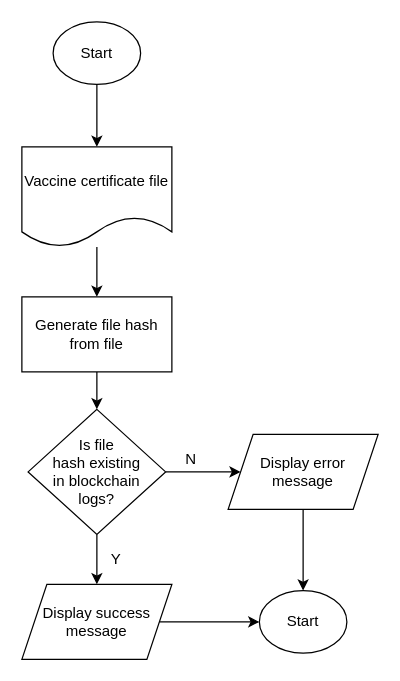
Above: jeng/Capstone 2 Docs/diagrams/Technical/flowcharts/validate file from blockchain.drawio in jengfad/capstone (draw.io), before the change. Source tidied: cells renumbered, new cells numbered last; positions are measured from the earlier drawing's top-left corner, leaving out a move shared by most shapes. Both pictures are drawn from the tidied source at 125%, with x=0, y=0 at pixel (21, 21).
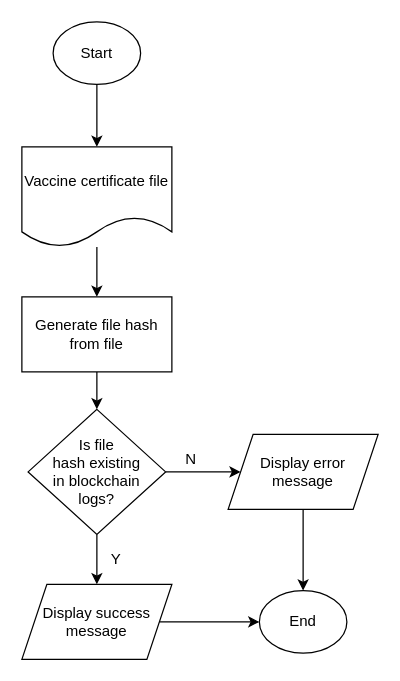
Above is the later version.

Change to the diagram source:
```diff
@@
 <mxGraphModel>
   <root>
     <mxCell id="0" />
     <mxCell id="1" parent="0" />
     <mxCell id="2" style="edgeStyle=orthogonalEdgeStyle;rounded=0;jettySize=auto;html=1;" parent="1" edge="1" source="3" target="5">
       <mxGeometry relative="1" as="geometry" />
     </mxCell>
     <mxCell id="3" value="Start" style="ellipse;whiteSpace=wrap;html=1;" parent="1" vertex="1">
       <mxGeometry x="25" width="70" height="50" as="geometry" />
     </mxCell>
     <mxCell id="4" style="edgeStyle=orthogonalEdgeStyle;rounded=0;jettySize=auto;html=1;" parent="1" edge="1" source="5" target="7">
       <mxGeometry relative="1" as="geometry" />
     </mxCell>
     <mxCell id="5" value="Vaccine certificate file" style="shape=document;whiteSpace=wrap;html=1;boundedLbl=1;" parent="1" vertex="1">
       <mxGeometry y="100" width="120" height="80" as="geometry" />
     </mxCell>
     <mxCell id="6" style="edgeStyle=orthogonalEdgeStyle;rounded=0;jettySize=auto;html=1;" parent="1" edge="1" source="7" target="10">
       <mxGeometry relative="1" as="geometry" />
     </mxCell>
     <mxCell id="7" value="Generate file hash from file" style="rounded=0;whiteSpace=wrap;html=1;" parent="1" vertex="1">
       <mxGeometry y="220" width="120" height="60" as="geometry" />
     </mxCell>
     <mxCell id="8" style="edgeStyle=orthogonalEdgeStyle;rounded=0;jettySize=auto;html=1;" parent="1" edge="1" source="10" target="12">
       <mxGeometry relative="1" as="geometry" />
     </mxCell>
     <mxCell id="9" style="edgeStyle=orthogonalEdgeStyle;rounded=0;jettySize=auto;html=1;" parent="1" edge="1" source="10" target="14">
       <mxGeometry relative="1" as="geometry" />
     </mxCell>
     <mxCell id="10" value="Is file &lt;br&gt;hash existing &lt;br&gt;in blockchain &lt;br&gt;logs?" style="rhombus;whiteSpace=wrap;html=1;" parent="1" vertex="1">
       <mxGeometry x="5" y="310" width="110" height="100" as="geometry" />
     </mxCell>
     <mxCell id="11" style="edgeStyle=orthogonalEdgeStyle;rounded=0;jettySize=auto;html=1;" parent="1" edge="1" source="12" target="15">
       <mxGeometry relative="1" as="geometry" />
     </mxCell>
     <mxCell id="12" value="Display error message" style="shape=parallelogram;perimeter=parallelogramPerimeter;whiteSpace=wrap;html=1;fixedSize=1;" parent="1" vertex="1">
       <mxGeometry x="165" y="330" width="120" height="60" as="geometry" />
     </mxCell>
     <mxCell id="13" style="edgeStyle=orthogonalEdgeStyle;rounded=0;jettySize=auto;html=1;" parent="1" edge="1" source="14" target="15">
       <mxGeometry relative="1" as="geometry" />
     </mxCell>
     <mxCell id="14" value="Display success message" style="shape=parallelogram;perimeter=parallelogramPerimeter;whiteSpace=wrap;html=1;fixedSize=1;" parent="1" vertex="1">
       <mxGeometry y="450" width="120" height="60" as="geometry" />
     </mxCell>
-    <mxCell id="15" value="Start" style="ellipse;whiteSpace=wrap;html=1;" parent="1" vertex="1">
+    <mxCell id="15" value="End" style="ellipse;whiteSpace=wrap;html=1;" parent="1" vertex="1">
       <mxGeometry x="190" y="455" width="70" height="50" as="geometry" />
     </mxCell>
     <mxCell id="16" value="N" style="text;html=1;align=center;verticalAlign=middle;strokeColor=none;fillColor=none;" parent="1" vertex="1">
       <mxGeometry x="125" y="340" width="20" height="20" as="geometry" />
     </mxCell>
     <mxCell id="17" value="Y" style="text;html=1;align=center;verticalAlign=middle;strokeColor=none;fillColor=none;" parent="1" vertex="1">
       <mxGeometry x="65" y="420" width="20" height="20" as="geometry" />
     </mxCell>
   </root>
 </mxGraphModel>
```
